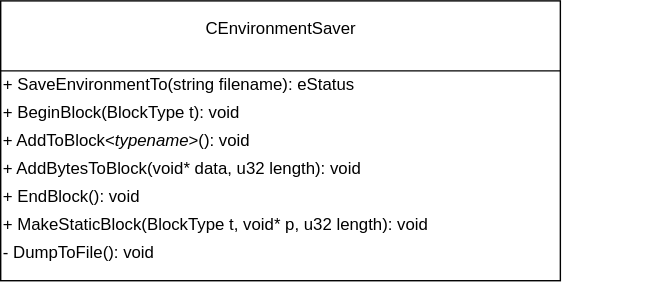
Before: svg/env-saver.svg, a diagram exported from draw.io (alexiscabana/mse_thesis). Source tidied: cells renumbered, new cells last; positions are measured from the earlier drawing's top-left corner, leaving out a move shared by most shapes. The source it was exported from:
```xml
<mxGraphModel background="#ffffff">
  <root>
    <mxCell id="0" />
    <mxCell id="1" parent="0" />
    <mxCell id="2" style="verticalAlign=top;align=left;overflow=fill;fontSize=12;fontFamily=Helvetica;html=1;rounded=0;shadow=0;comic=0;labelBackgroundColor=none;strokeWidth=1;" parent="1" vertex="1">
      <mxGeometry width="400" height="200" as="geometry" />
    </mxCell>
    <mxCell id="3" value="&lt;p style=&quot;margin: 0px ; margin-left: 4px&quot;&gt;&lt;br&gt;&lt;/p&gt;" style="text;html=1;align=left;verticalAlign=middle;" parent="1" vertex="1">
      <mxGeometry y="83" width="20" height="20" as="geometry" />
    </mxCell>
    <mxCell id="4" value="CEnvironmentSaver" style="text;html=1;align=center;verticalAlign=middle;fontStyle=0;" parent="1" vertex="1">
      <mxGeometry x="140" y="10" width="120" height="20" as="geometry" />
    </mxCell>
    <mxCell id="5" value="+ SaveEnvironmentTo(string filename): eStatus" style="text;html=1;strokeColor=none;fillColor=none;align=left;verticalAlign=middle;whiteSpace=wrap;rounded=0;" parent="1" vertex="1">
      <mxGeometry y="50" width="470" height="20" as="geometry" />
    </mxCell>
    <mxCell id="6" value="+ BeginBlock(BlockType t): void" style="text;html=1;strokeColor=none;fillColor=none;align=left;verticalAlign=middle;whiteSpace=wrap;rounded=0;" parent="1" vertex="1">
      <mxGeometry y="70" width="470" height="20" as="geometry" />
    </mxCell>
    <mxCell id="7" style="endArrow=none;html=1;exitX=0;exitY=0.25;exitDx=0;exitDy=0;entryX=1;entryY=0.25;entryDx=0;entryDy=0;" parent="1" edge="1" source="2" target="2">
      <mxGeometry relative="1" as="geometry" />
    </mxCell>
    <mxCell id="8" value="+ AddToBlock&amp;lt;&lt;i&gt;typename&lt;/i&gt;&amp;gt;(): void" style="text;html=1;strokeColor=none;fillColor=none;align=left;verticalAlign=middle;whiteSpace=wrap;rounded=0;" parent="1" vertex="1">
      <mxGeometry y="90" width="470" height="20" as="geometry" />
    </mxCell>
    <mxCell id="9" value="+ AddBytesToBlock(void* data, u32 length): void" style="text;html=1;strokeColor=none;fillColor=none;align=left;verticalAlign=middle;whiteSpace=wrap;rounded=0;" parent="1" vertex="1">
      <mxGeometry y="110" width="470" height="20" as="geometry" />
    </mxCell>
    <mxCell id="10" value="+ EndBlock(): void" style="text;html=1;strokeColor=none;fillColor=none;align=left;verticalAlign=middle;whiteSpace=wrap;rounded=0;" parent="1" vertex="1">
      <mxGeometry y="130" width="470" height="20" as="geometry" />
    </mxCell>
    <mxCell id="11" value="+ MakeStaticBlock(BlockType t, void* p, u32 length): void" style="text;html=1;strokeColor=none;fillColor=none;align=left;verticalAlign=middle;whiteSpace=wrap;rounded=0;" parent="1" vertex="1">
      <mxGeometry y="150" width="470" height="20" as="geometry" />
    </mxCell>
    <mxCell id="12" value="- DumpToFile(): void" style="text;html=1;strokeColor=none;fillColor=none;align=left;verticalAlign=middle;whiteSpace=wrap;rounded=0;" parent="1" vertex="1">
      <mxGeometry y="170" width="470" height="20" as="geometry" />
    </mxCell>
  </root>
</mxGraphModel>
```
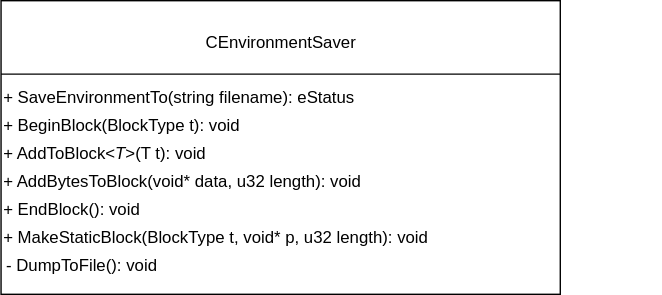
After the change.

Change to the diagram source:
```diff
@@ -3,10 +3,10 @@
     <mxCell id="0" />
     <mxCell id="1" parent="0" />
     <mxCell id="2" style="verticalAlign=top;align=left;overflow=fill;fontSize=12;fontFamily=Helvetica;html=1;rounded=0;shadow=0;comic=0;labelBackgroundColor=none;strokeWidth=1;" parent="1" vertex="1">
-      <mxGeometry width="400" height="200" as="geometry" />
+      <mxGeometry y="-10" width="400" height="210" as="geometry" />
     </mxCell>
     <mxCell id="3" value="&lt;p style=&quot;margin: 0px ; margin-left: 4px&quot;&gt;&lt;br&gt;&lt;/p&gt;" style="text;html=1;align=left;verticalAlign=middle;" parent="1" vertex="1">
-      <mxGeometry y="83" width="20" height="20" as="geometry" />
+      <mxGeometry y="73" width="20" height="20" as="geometry" />
     </mxCell>
     <mxCell id="4" value="CEnvironmentSaver" style="text;html=1;align=center;verticalAlign=middle;fontStyle=0;" parent="1" vertex="1">
       <mxGeometry x="140" y="10" width="120" height="20" as="geometry" />
@@ -20,7 +20,7 @@
     <mxCell id="7" style="endArrow=none;html=1;exitX=0;exitY=0.25;exitDx=0;exitDy=0;entryX=1;entryY=0.25;entryDx=0;entryDy=0;" parent="1" edge="1" source="2" target="2">
       <mxGeometry relative="1" as="geometry" />
     </mxCell>
-    <mxCell id="8" value="+ AddToBlock&amp;lt;&lt;i&gt;typename&lt;/i&gt;&amp;gt;(): void" style="text;html=1;strokeColor=none;fillColor=none;align=left;verticalAlign=middle;whiteSpace=wrap;rounded=0;" parent="1" vertex="1">
+    <mxCell id="8" value="+ AddToBlock&amp;lt;&lt;i&gt;T&lt;/i&gt;&amp;gt;(T t): void" style="text;html=1;strokeColor=none;fillColor=none;align=left;verticalAlign=middle;whiteSpace=wrap;rounded=0;" parent="1" vertex="1">
       <mxGeometry y="90" width="470" height="20" as="geometry" />
     </mxCell>
     <mxCell id="9" value="+ AddBytesToBlock(void* data, u32 length): void" style="text;html=1;strokeColor=none;fillColor=none;align=left;verticalAlign=middle;whiteSpace=wrap;rounded=0;" parent="1" vertex="1">
@@ -33,7 +33,7 @@
       <mxGeometry y="150" width="470" height="20" as="geometry" />
     </mxCell>
     <mxCell id="12" value="- DumpToFile(): void" style="text;html=1;strokeColor=none;fillColor=none;align=left;verticalAlign=middle;whiteSpace=wrap;rounded=0;" parent="1" vertex="1">
-      <mxGeometry y="170" width="470" height="20" as="geometry" />
+      <mxGeometry x="2" y="170" width="470" height="20" as="geometry" />
     </mxCell>
   </root>
 </mxGraphModel>
```
